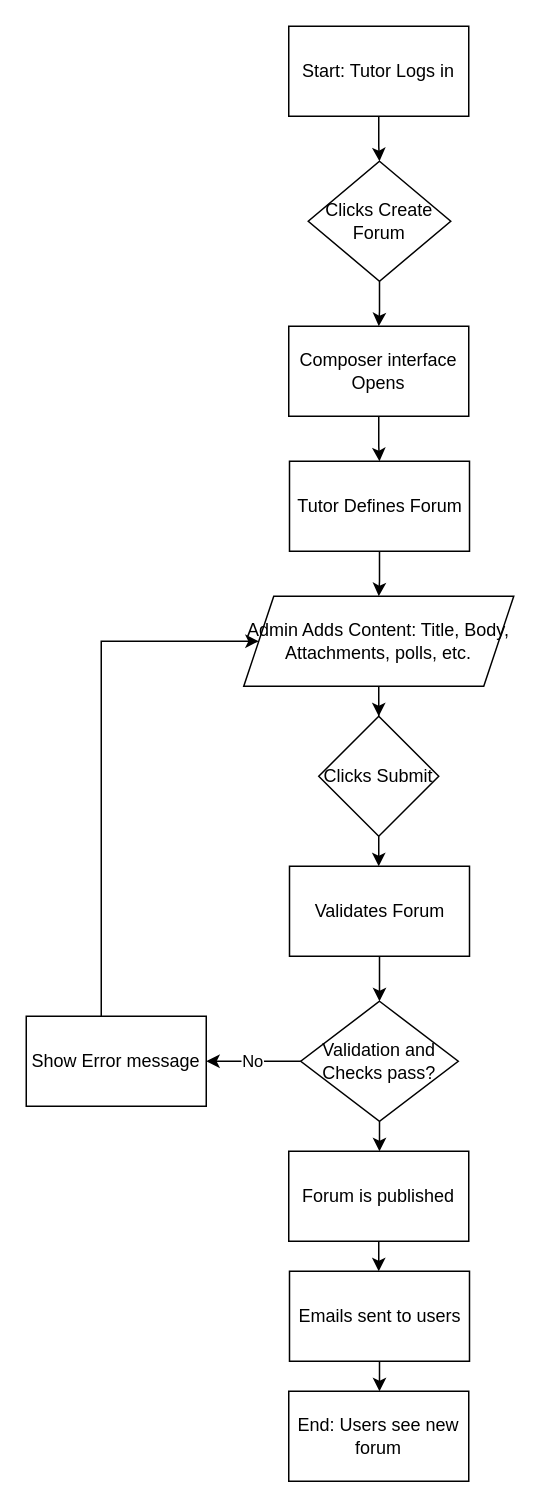
Above: TaskFlowDiagrams/AdminTutor/CreateNewForumCampusLearn.drawio in DSReaper/Project_CampusLearn (draw.io), before the change. Source tidied: cells renumbered, new cells numbered last; positions are measured from the earlier drawing's top-left corner, leaving out a move shared by most shapes. Both pictures are drawn from the tidied source at 150%, with x=0, y=0 at pixel (26, 26).
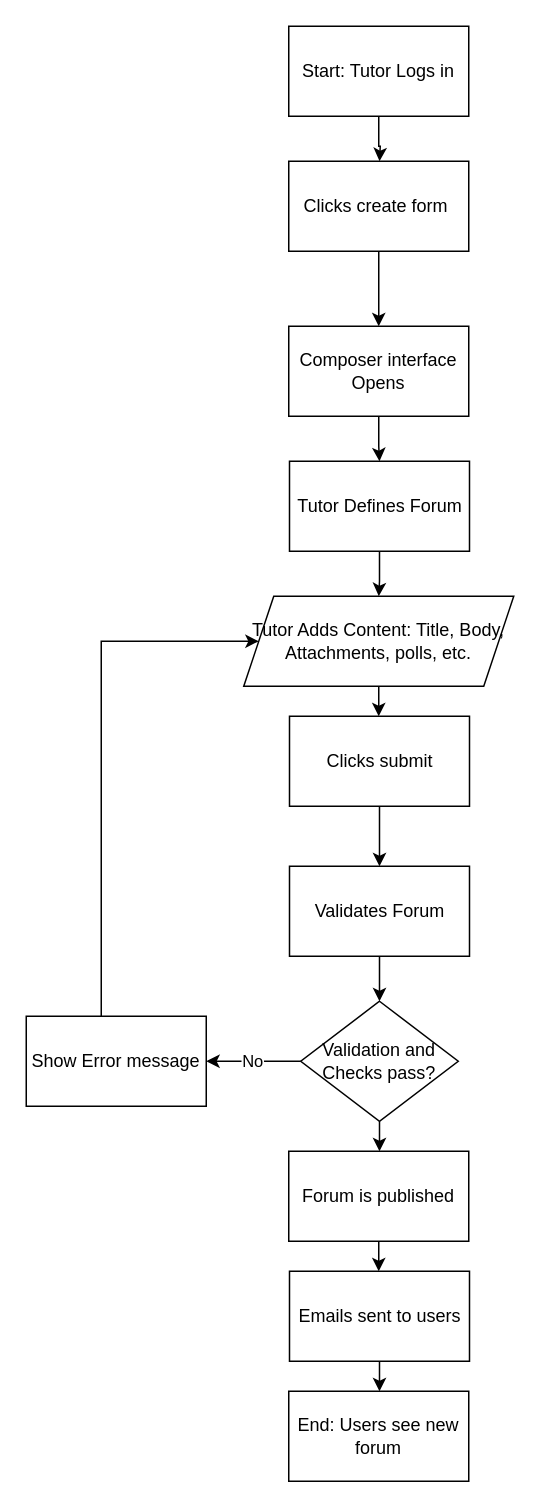
Above is the later version.

The change refers to these unchanged cells:
```xml
<mxCell id="3" value="Start: Tutor Logs in" style="rounded=0;whiteSpace=wrap;html=1;" parent="1" vertex="1">
  <mxGeometry x="175" width="120" height="60" as="geometry" />
</mxCell>
<mxCell id="7" value="Composer interface Opens" style="whiteSpace=wrap;html=1;rounded=0;" parent="1" vertex="1">
  <mxGeometry x="175" y="200" width="120" height="60" as="geometry" />
</mxCell>
<mxCell id="13" value="Validates Forum" style="whiteSpace=wrap;html=1;rounded=0;" parent="1" vertex="1">
  <mxGeometry x="175.5" y="560" width="120" height="60" as="geometry" />
</mxCell>
```

What changed in the source:
```diff
@@
-    <mxCell id="2" style="edgeStyle=orthogonalEdgeStyle;rounded=0;jettySize=auto;html=1;" parent="1" edge="1" source="3" target="5">
-      <mxGeometry relative="1" as="geometry" />
+    <mxCell id="2" style="edgeStyle=orthogonalEdgeStyle;rounded=0;jettySize=auto;html=1;" parent="1" edge="1" source="3">
+      <mxGeometry relative="1" as="geometry">
+        <mxPoint x="235.5" y="90" as="targetPoint" />
+      </mxGeometry>
     </mxCell>
@@
-    <mxCell id="4" style="edgeStyle=orthogonalEdgeStyle;rounded=0;jettySize=auto;html=1;" parent="1" edge="1" source="5" target="7">
+    <mxCell id="4" style="edgeStyle=orthogonalEdgeStyle;rounded=0;jettySize=auto;html=1;exitX=0.5;exitY=1;exitDx=0;exitDy=0;" parent="1" edge="1" source="26" target="7">
       <mxGeometry relative="1" as="geometry" />
     </mxCell>
-    <mxCell id="5" value="Clicks Create Forum" style="rhombus;whiteSpace=wrap;html=1;rounded=0;" parent="1" vertex="1">
-      <mxGeometry x="188" y="90" width="95" height="80" as="geometry" />
-    </mxCell>
@@
-    <mxCell id="10" style="edgeStyle=orthogonalEdgeStyle;rounded=0;jettySize=auto;html=1;" parent="1" edge="1" source="11" target="13">
+    <mxCell id="10" style="edgeStyle=orthogonalEdgeStyle;rounded=0;jettySize=auto;html=1;exitX=0.5;exitY=1;exitDx=0;exitDy=0;" parent="1" edge="1" source="27" target="13">
       <mxGeometry relative="1" as="geometry" />
     </mxCell>
-    <mxCell id="11" value="Clicks Submit" style="rhombus;whiteSpace=wrap;html=1;rounded=0;" parent="1" vertex="1">
-      <mxGeometry x="195" y="460" width="80" height="80" as="geometry" />
-    </mxCell>
@@
-    <mxCell id="24" style="edgeStyle=orthogonalEdgeStyle;rounded=0;jettySize=auto;html=1;" parent="1" edge="1" source="25" target="11">
-      <mxGeometry relative="1" as="geometry" />
+    <mxCell id="24" style="edgeStyle=orthogonalEdgeStyle;rounded=0;jettySize=auto;html=1;" parent="1" edge="1" source="25">
+      <mxGeometry relative="1" as="geometry">
+        <mxPoint x="235" y="460" as="targetPoint" />
+      </mxGeometry>
     </mxCell>
-    <mxCell id="25" value="Admin Adds Content: Title, Body, Attachments, polls, etc." style="shape=parallelogram;perimeter=parallelogramPerimeter;whiteSpace=wrap;html=1;fixedSize=1;" parent="1" vertex="1">
+    <mxCell id="25" value="Tutor Adds Content: Title, Body, Attachments, polls, etc." style="shape=parallelogram;perimeter=parallelogramPerimeter;whiteSpace=wrap;html=1;fixedSize=1;" parent="1" vertex="1">
       <mxGeometry x="145" y="380" width="180" height="60" as="geometry" />
     </mxCell>
+    <mxCell id="26" value="Clicks create form&amp;nbsp;" style="rounded=0;whiteSpace=wrap;html=1;" parent="1" vertex="1">
+      <mxGeometry x="175" y="90" width="120" height="60" as="geometry" />
+    </mxCell>
+    <mxCell id="27" value="Clicks submit" style="rounded=0;whiteSpace=wrap;html=1;" parent="1" vertex="1">
+      <mxGeometry x="175.5" y="460" width="120" height="60" as="geometry" />
+    </mxCell>
```
